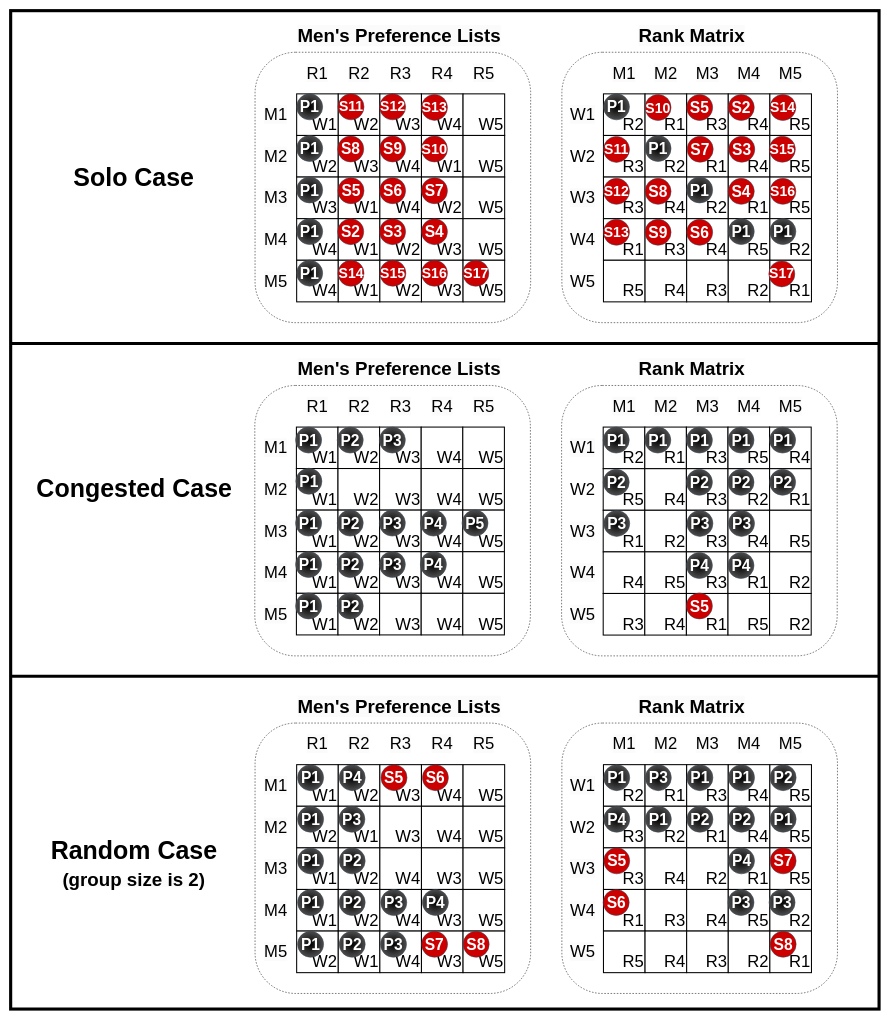
Earlier version of the draw.io diagram WorkloadsSinlgeColumn.drawio (victorliu-sq/BambooSMP-Figures). Source tidied: cells renumbered, new cells numbered last; positions are measured from the earlier drawing's top-left corner, leaving out a move shared by most shapes. Both pictures are drawn from the tidied source at 52%, with x=0, y=0 at pixel (10, 10).
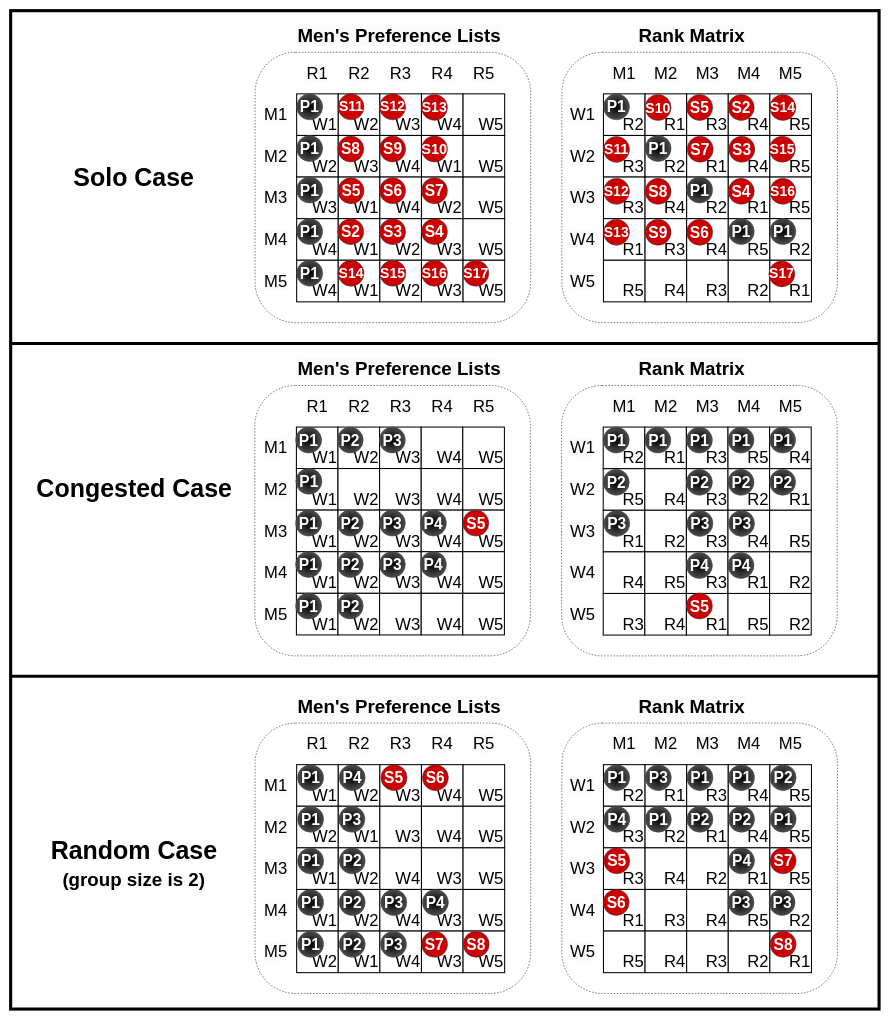
After the change.

What changed in the source:
```diff
@@
-    <mxCell id="212" value="P5" style="ellipse;whiteSpace=wrap;html=1;strokeColor=#314354;align=center;verticalAlign=middle;fontFamily=Helvetica;fontSize=30;fillColor=#000000;fontColor=#ffffff;strokeWidth=1;perimeterSpacing=1;fillStyle=solid;fontStyle=1;gradientColor=#4D4D4D;gradientDirection=radial;" parent="1" vertex="1">
-      <mxGeometry x="868" y="960.5" width="50" height="50" as="geometry" />
-    </mxCell>
@@
+    <mxCell id="337" value="S5" style="ellipse;whiteSpace=wrap;html=1;strokeColor=#314354;align=center;verticalAlign=middle;fontFamily=Helvetica;fontSize=30;fillColor=#CC0000;fontColor=#ffffff;fontStyle=1;" parent="1" vertex="1">
+      <mxGeometry x="869.5" y="960.5" width="50" height="50" as="geometry" />
+    </mxCell>
```
